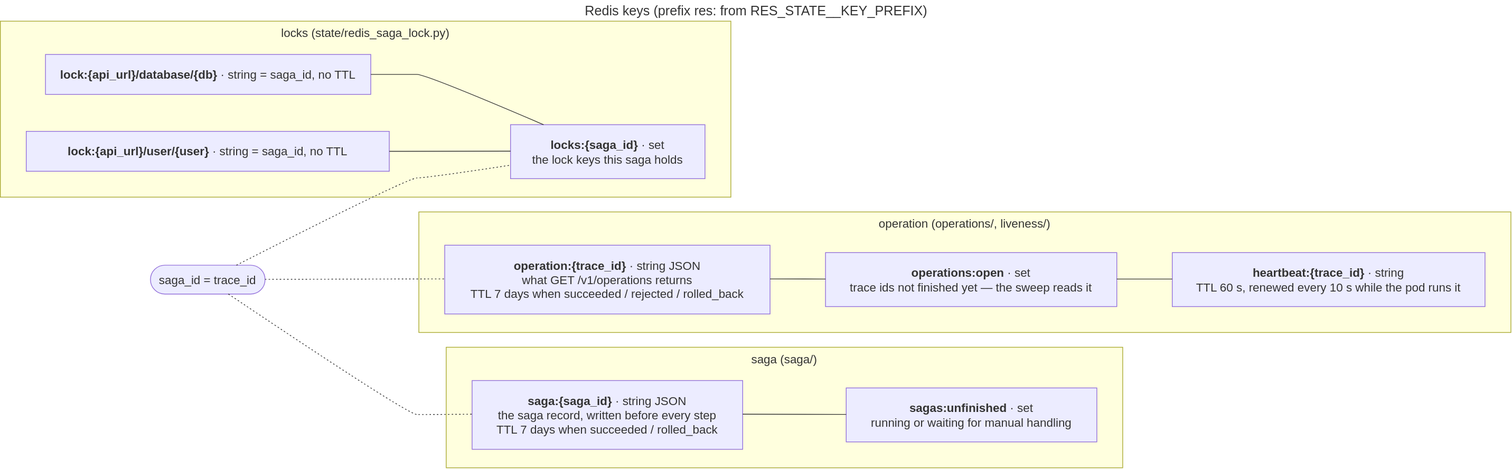
This is docs/diagrams/18-redis-keys.drawio.svg from EliShteinman/redis-enterprise-services, a draw.io export, as it was before one commit. Source tidied: cells renumbered, new cells last; positions are measured from the earlier drawing's top-left corner, leaving out a move shared by most shapes.
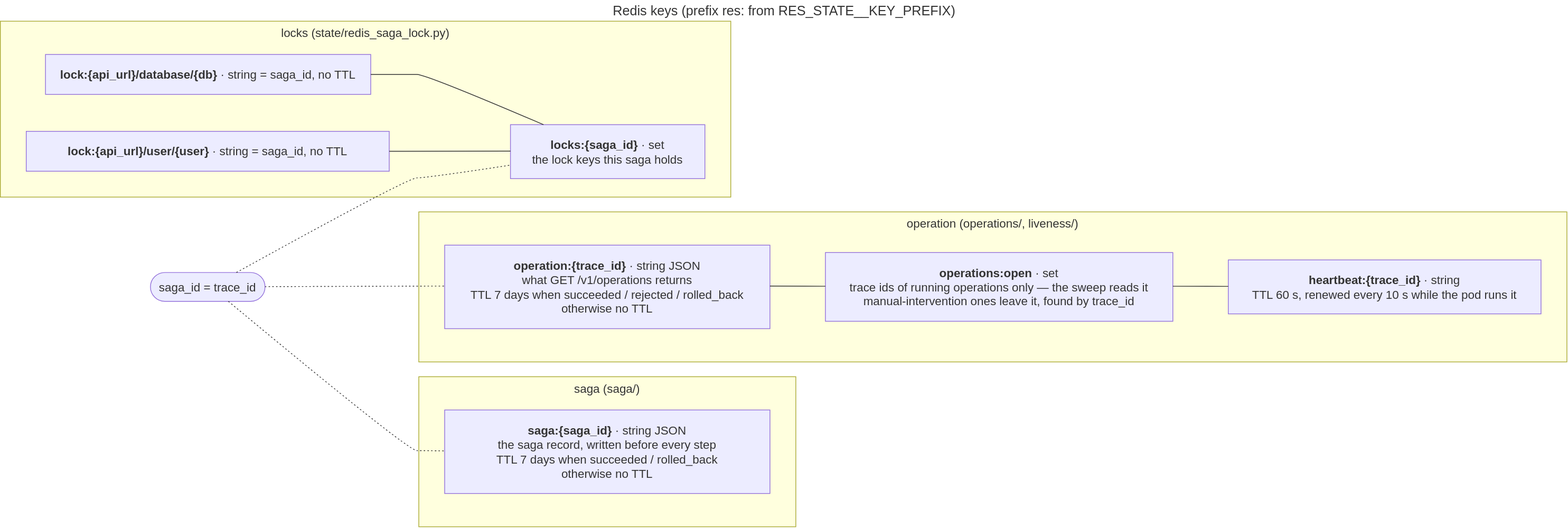
Later version of the same file.

Commit message:
docs(diagrams): no sagas:unfinished; operations:open holds running operations only

What changed in the source:
```diff
@@ -3,16 +3,16 @@
     <mxCell id="0" />
     <mxCell id="1" parent="0" />
     <mxCell id="2" value="operation (operations/, liveness/)" style="html=1;whiteSpace=wrap;strokeWidth=1;verticalAlign=top;fillColor=light-dark(#ffffde,#1f2020);strokeColor=light-dark(#aaaa33,#cccccc);fontColor=light-dark(#333333,#cccccc);fontFamily=Trebuchet MS,Verdana,Arial,sans-serif;fontSize=16;" parent="1" vertex="1">
-      <mxGeometry x="566" y="286" width="1477" height="163" as="geometry" />
+      <mxGeometry x="566" y="286" width="1553" height="203" as="geometry" />
     </mxCell>
-    <mxCell id="3" value="&lt;b&gt;operation:{trace_id}&lt;/b&gt; · string JSON&#10;what GET /v1/operations returns&#10;TTL 7 days when succeeded / rejected / rolled_back" style="html=1;whiteSpace=wrap;strokeWidth=1;fillColor=light-dark(#ECECFF,#1f2020);strokeColor=light-dark(#9370DB,#cccccc);fontColor=light-dark(#333333,#cccccc);fontFamily=Trebuchet MS,Verdana,Arial,sans-serif;fontSize=16;" parent="2" vertex="1">
-      <mxGeometry x="35" y="45" width="440" height="93" as="geometry" />
+    <mxCell id="3" value="&lt;b&gt;operation:{trace_id}&lt;/b&gt; · string JSON&#10;what GET /v1/operations returns&#10;TTL 7 days when succeeded / rejected / rolled_back&#10;otherwise no TTL" style="html=1;whiteSpace=wrap;strokeWidth=1;fillColor=light-dark(#ECECFF,#1f2020);strokeColor=light-dark(#9370DB,#cccccc);fontColor=light-dark(#333333,#cccccc);fontFamily=Trebuchet MS,Verdana,Arial,sans-serif;fontSize=16;" parent="2" vertex="1">
+      <mxGeometry x="35" y="45" width="440" height="113" as="geometry" />
     </mxCell>
-    <mxCell id="4" value="&lt;b&gt;operations:open&lt;/b&gt; · set&#10;trace ids not finished yet — the sweep reads it" style="html=1;whiteSpace=wrap;strokeWidth=1;fillColor=light-dark(#ECECFF,#1f2020);strokeColor=light-dark(#9370DB,#cccccc);fontColor=light-dark(#333333,#cccccc);fontFamily=Trebuchet MS,Verdana,Arial,sans-serif;fontSize=16;" parent="2" vertex="1">
-      <mxGeometry x="550" y="55" width="394" height="73" as="geometry" />
+    <mxCell id="4" value="&lt;b&gt;operations:open&lt;/b&gt; · set&#10;trace ids of running operations only — the sweep reads it&#10;manual-intervention ones leave it, found by trace_id" style="html=1;whiteSpace=wrap;strokeWidth=1;fillColor=light-dark(#ECECFF,#1f2020);strokeColor=light-dark(#9370DB,#cccccc);fontColor=light-dark(#333333,#cccccc);fontFamily=Trebuchet MS,Verdana,Arial,sans-serif;fontSize=16;" parent="2" vertex="1">
+      <mxGeometry x="550" y="55" width="470" height="93" as="geometry" />
     </mxCell>
     <mxCell id="5" value="&lt;b&gt;heartbeat:{trace_id}&lt;/b&gt; · string&#10;TTL 60 s, renewed every 10 s while the pod runs it" style="html=1;whiteSpace=wrap;strokeWidth=1;fillColor=light-dark(#ECECFF,#1f2020);strokeColor=light-dark(#9370DB,#cccccc);fontColor=light-dark(#333333,#cccccc);fontFamily=Trebuchet MS,Verdana,Arial,sans-serif;fontSize=16;" parent="2" vertex="1">
-      <mxGeometry x="1019" y="55" width="423" height="73" as="geometry" />
+      <mxGeometry x="1095" y="65" width="423" height="73" as="geometry" />
     </mxCell>
     <mxCell id="6" style="curved=1;startArrow=none;endArrow=none;strokeColor=light-dark(#333333,#cccccc);exitX=1;exitY=0.49;entryX=0;entryY=0.49;" parent="2" edge="1" source="3" target="4">
       <mxGeometry relative="1" as="geometry" />
@@ -21,17 +21,11 @@
       <mxGeometry relative="1" as="geometry" />
     </mxCell>
     <mxCell id="8" value="saga (saga/)" style="html=1;whiteSpace=wrap;strokeWidth=1;verticalAlign=top;fillColor=light-dark(#ffffde,#1f2020);strokeColor=light-dark(#aaaa33,#cccccc);fontColor=light-dark(#333333,#cccccc);fontFamily=Trebuchet MS,Verdana,Arial,sans-serif;fontSize=16;" parent="1" vertex="1">
-      <mxGeometry x="603" y="469" width="915" height="163" as="geometry" />
+      <mxGeometry x="566" y="509" width="510" height="203" as="geometry" />
     </mxCell>
-    <mxCell id="9" value="&lt;b&gt;saga:{saga_id}&lt;/b&gt; · string JSON&#10;the saga record, written before every step&#10;TTL 7 days when succeeded / rolled_back" style="html=1;whiteSpace=wrap;strokeWidth=1;fillColor=light-dark(#ECECFF,#1f2020);strokeColor=light-dark(#9370DB,#cccccc);fontColor=light-dark(#333333,#cccccc);fontFamily=Trebuchet MS,Verdana,Arial,sans-serif;fontSize=16;" parent="8" vertex="1">
-      <mxGeometry x="35" y="45" width="366" height="93" as="geometry" />
+    <mxCell id="9" value="&lt;b&gt;saga:{saga_id}&lt;/b&gt; · string JSON&#10;the saga record, written before every step&#10;TTL 7 days when succeeded / rolled_back&#10;otherwise no TTL" style="html=1;whiteSpace=wrap;strokeWidth=1;fillColor=light-dark(#ECECFF,#1f2020);strokeColor=light-dark(#9370DB,#cccccc);fontColor=light-dark(#333333,#cccccc);fontFamily=Trebuchet MS,Verdana,Arial,sans-serif;fontSize=16;" parent="8" vertex="1">
+      <mxGeometry x="35" y="45" width="440" height="113" as="geometry" />
     </mxCell>
-    <mxCell id="10" value="&lt;b&gt;sagas:unfinished&lt;/b&gt; · set&#10;running or waiting for manual handling" style="html=1;whiteSpace=wrap;strokeWidth=1;fillColor=light-dark(#ECECFF,#1f2020);strokeColor=light-dark(#9370DB,#cccccc);fontColor=light-dark(#333333,#cccccc);fontFamily=Trebuchet MS,Verdana,Arial,sans-serif;fontSize=16;" parent="8" vertex="1">
-      <mxGeometry x="541" y="55" width="339" height="73" as="geometry" />
-    </mxCell>
-    <mxCell id="11" style="curved=1;startArrow=none;endArrow=none;strokeColor=light-dark(#333333,#cccccc);exitX=1;exitY=0.49;entryX=0;entryY=0.49;" parent="8" edge="1" source="9" target="10">
-      <mxGeometry relative="1" as="geometry" />
-    </mxCell>
     <mxCell id="12" value="locks (state/redis_saga_lock.py)" style="html=1;whiteSpace=wrap;strokeWidth=1;verticalAlign=top;fillColor=light-dark(#ffffde,#1f2020);strokeColor=light-dark(#aaaa33,#cccccc);fontColor=light-dark(#333333,#cccccc);fontFamily=Trebuchet MS,Verdana,Arial,sans-serif;fontSize=16;" parent="1" vertex="1">
       <mxGeometry y="28" width="988" height="238" as="geometry" />
     </mxCell>
@@ -56,7 +50,7 @@
       <mxGeometry relative="1" as="geometry" />
     </mxCell>
     <mxCell id="18" value="saga_id = trace_id" style="html=1;rounded=1;whiteSpace=wrap;arcSize=50;strokeWidth=1;fillColor=light-dark(#ECECFF,#1f2020);strokeColor=light-dark(#9370DB,#cccccc);fontColor=light-dark(#333333,#cccccc);fontFamily=Trebuchet MS,Verdana,Arial,sans-serif;fontSize=16;" parent="1" vertex="1">
-      <mxGeometry x="203" y="358" width="155" height="39" as="geometry" />
+      <mxGeometry x="203" y="368" width="155" height="39" as="geometry" />
     </mxCell>
     <mxCell id="19" style="curved=1;dashed=1;dashPattern=2 3;fixDash=1;startArrow=none;endArrow=none;strokeColor=light-dark(#333333,#cccccc);exitX=1;exitY=0.49;entryX=0;entryY=0.49;" parent="1" edge="1" source="18" target="3">
       <mxGeometry relative="1" as="geometry" />
@@ -64,8 +58,8 @@
     <mxCell id="20" style="curved=1;dashed=1;dashPattern=2 3;fixDash=1;startArrow=none;endArrow=none;strokeColor=light-dark(#333333,#cccccc);exitX=0.68;exitY=1;entryX=0;entryY=0.49;" parent="1" edge="1" source="18" target="9">
       <mxGeometry relative="1" as="geometry">
         <Array as="points">
-          <mxPoint x="551" y="560" />
-          <mxPoint x="576" y="560" />
+          <mxPoint x="551" y="609" />
+          <mxPoint x="576" y="609" />
         </Array>
       </mxGeometry>
     </mxCell>
@@ -78,7 +72,7 @@
       </mxGeometry>
     </mxCell>
     <mxCell id="22" value="Redis keys (prefix res: from RES_STATE__KEY_PREFIX)" style="text;strokeColor=none;fillColor=none;align=center;verticalAlign=middle;fontSize=18;fontColor=light-dark(#333333,#cccccc);fontFamily=trebuchet ms,verdana,arial,sans-serif;" parent="1" vertex="1">
-      <mxGeometry x="2" width="2041" height="25" as="geometry" />
+      <mxGeometry x="2" width="2117" height="25" as="geometry" />
     </mxCell>
   </root>
 </mxGraphModel>
```
